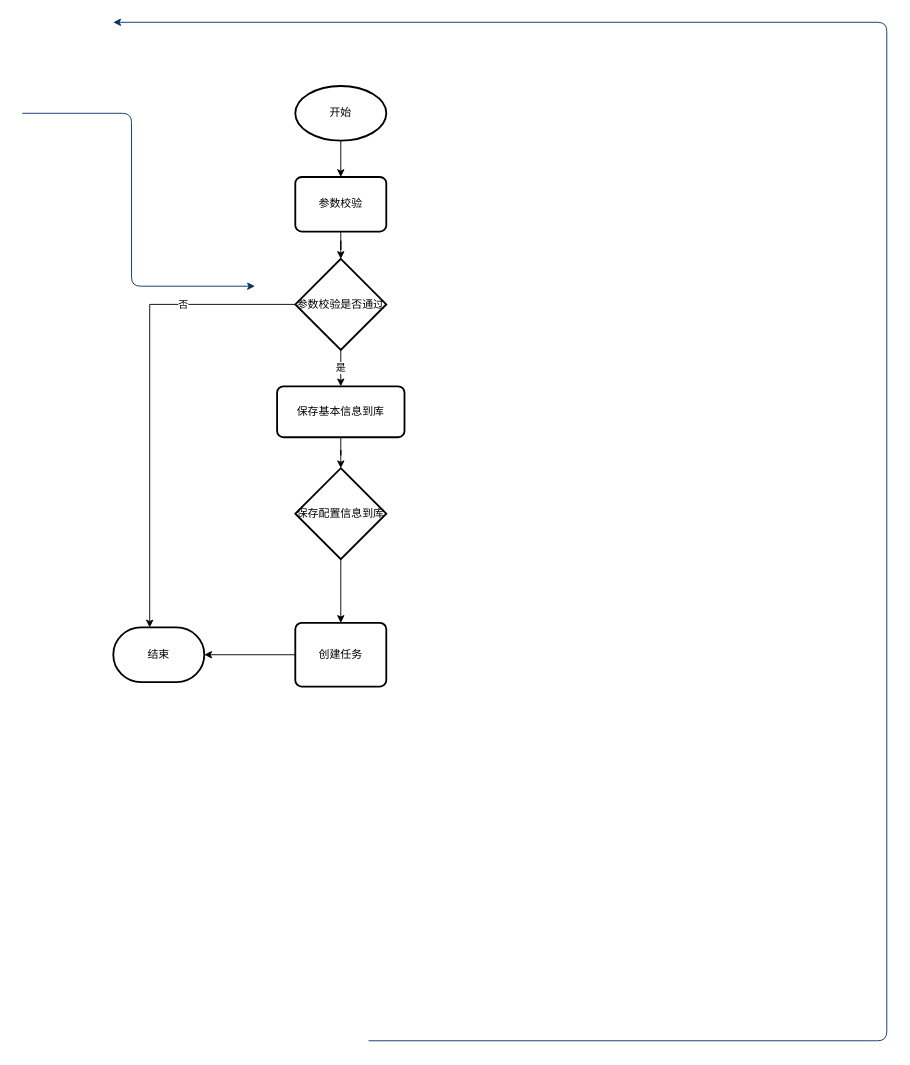
The draw.io diagram 资源目录创建.drawio in weiqingping/dw, before the edit. Source tidied: cells renumbered, new cells numbered last; positions are measured from the earlier drawing's top-left corner, leaving out a move shared by most shapes. Both pictures are drawn from the tidied source at 91%, with x=0, y=0 at pixel (22, 22).
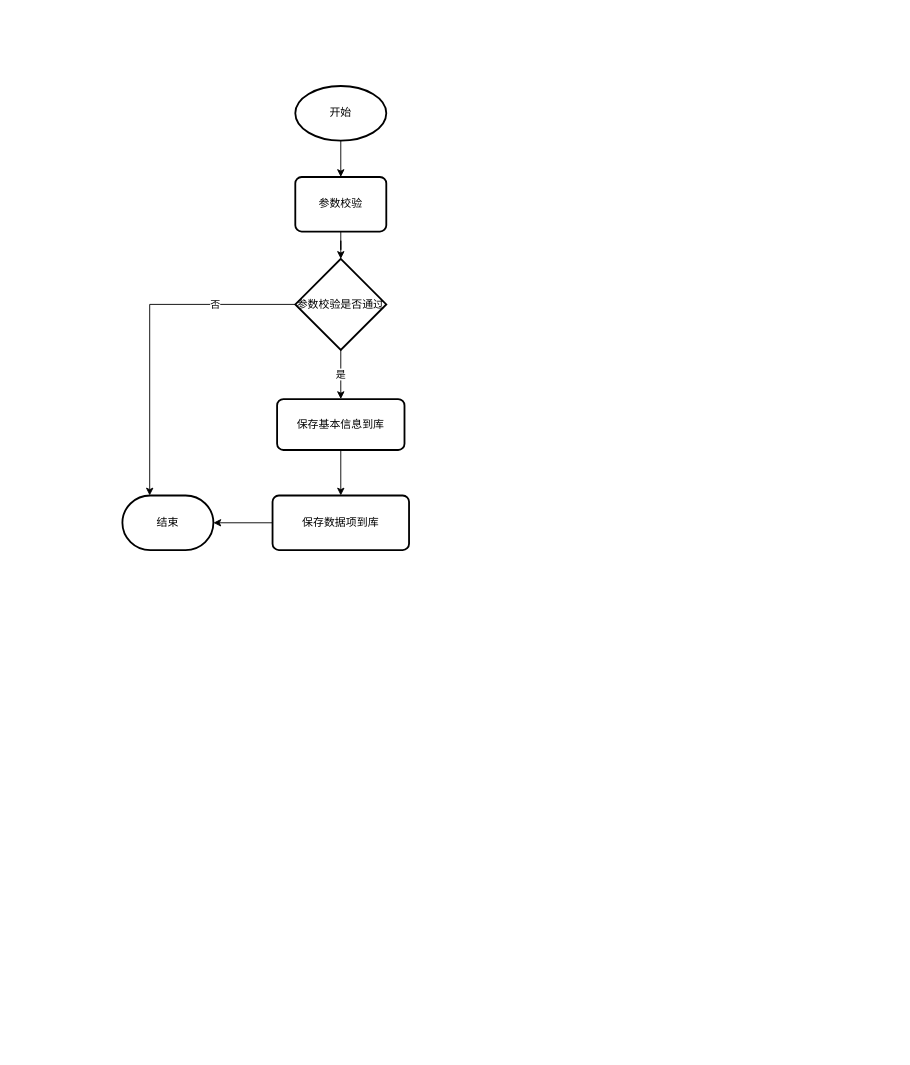
The same page after the edit.

Commit message:
更新资源目录创建.drawio

What changed in the source:
```diff
@@
-    <mxCell id="2" style="edgeStyle=elbowEdgeStyle;elbow=horizontal;exitX=1;exitY=0.5;exitPerimeter=0;entryX=0.905;entryY=0.5;entryPerimeter=0;fontStyle=1;strokeColor=#003366;strokeWidth=1;html=1;" parent="1" edge="1">
-      <mxGeometry as="geometry">
-        <mxPoint x="380.5" y="1119.2" as="sourcePoint" />
-        <mxPoint x="100" as="targetPoint" />
-        <Array as="points">
-          <mxPoint x="950" y="1320" />
-        </Array>
-      </mxGeometry>
-    </mxCell>
-    <mxCell id="3" style="edgeStyle=elbowEdgeStyle;elbow=horizontal;exitX=0;exitY=0.5;exitPerimeter=0;entryX=0.095;entryY=0.5;entryPerimeter=0;fontStyle=1;strokeColor=#003366;strokeWidth=1;html=1;" parent="1" edge="1">
-      <mxGeometry as="geometry">
-        <mxPoint y="100" as="sourcePoint" />
-        <mxPoint x="255.6" y="290" as="targetPoint" />
-        <Array as="points">
-          <mxPoint x="120" y="970" />
-        </Array>
-      </mxGeometry>
-    </mxCell>
@@
     <mxCell id="12" value="结束" style="strokeWidth=2;html=1;shape=mxgraph.flowchart.terminator;whiteSpace=wrap;" parent="1" vertex="1">
-      <mxGeometry x="100" y="665" width="100" height="60" as="geometry" />
+      <mxGeometry x="110" y="520" width="100" height="60" as="geometry" />
     </mxCell>
-    <mxCell id="13" style="edgeStyle=orthogonalEdgeStyle;rounded=0;jettySize=auto;html=1;" parent="1" edge="1" source="14" target="16">
-      <mxGeometry relative="1" as="geometry" />
-    </mxCell>
+    <mxCell id="19" style="edgeStyle=orthogonalEdgeStyle;rounded=0;jettySize=auto;html=1;" parent="1" edge="1" source="14" target="21">
+      <mxGeometry relative="1" as="geometry" />
+    </mxCell>
     <mxCell id="14" value="保存基本信息到库" style="rounded=1;whiteSpace=wrap;html=1;absoluteArcSize=1;arcSize=14;strokeWidth=2;" parent="1" vertex="1">
-      <mxGeometry x="280" y="400" width="140" height="56" as="geometry" />
+      <mxGeometry x="280" y="414" width="140" height="56" as="geometry" />
     </mxCell>
-    <mxCell id="15" style="edgeStyle=orthogonalEdgeStyle;rounded=0;jettySize=auto;html=1;" parent="1" edge="1" source="16" target="18">
-      <mxGeometry relative="1" as="geometry" />
-    </mxCell>
-    <mxCell id="16" value="保存配置信息到库" style="strokeWidth=2;html=1;shape=mxgraph.flowchart.decision;whiteSpace=wrap;" parent="1" vertex="1">
-      <mxGeometry x="300" y="490" width="100" height="100" as="geometry" />
-    </mxCell>
-    <mxCell id="17" style="edgeStyle=orthogonalEdgeStyle;rounded=0;jettySize=auto;html=1;" parent="1" edge="1" source="18" target="12">
-      <mxGeometry relative="1" as="geometry" />
-    </mxCell>
-    <mxCell id="18" value="创建任务" style="rounded=1;whiteSpace=wrap;html=1;absoluteArcSize=1;arcSize=14;strokeWidth=2;" parent="1" vertex="1">
-      <mxGeometry x="300" y="660" width="100" height="70" as="geometry" />
-    </mxCell>
+    <mxCell id="20" style="edgeStyle=orthogonalEdgeStyle;rounded=0;jettySize=auto;html=1;" parent="1" edge="1" source="21" target="12">
+      <mxGeometry relative="1" as="geometry" />
+    </mxCell>
+    <mxCell id="21" value="保存数据项到库" style="rounded=1;whiteSpace=wrap;html=1;absoluteArcSize=1;arcSize=14;strokeWidth=2;" parent="1" vertex="1">
+      <mxGeometry x="275" y="520" width="150" height="60" as="geometry" />
+    </mxCell>
```
